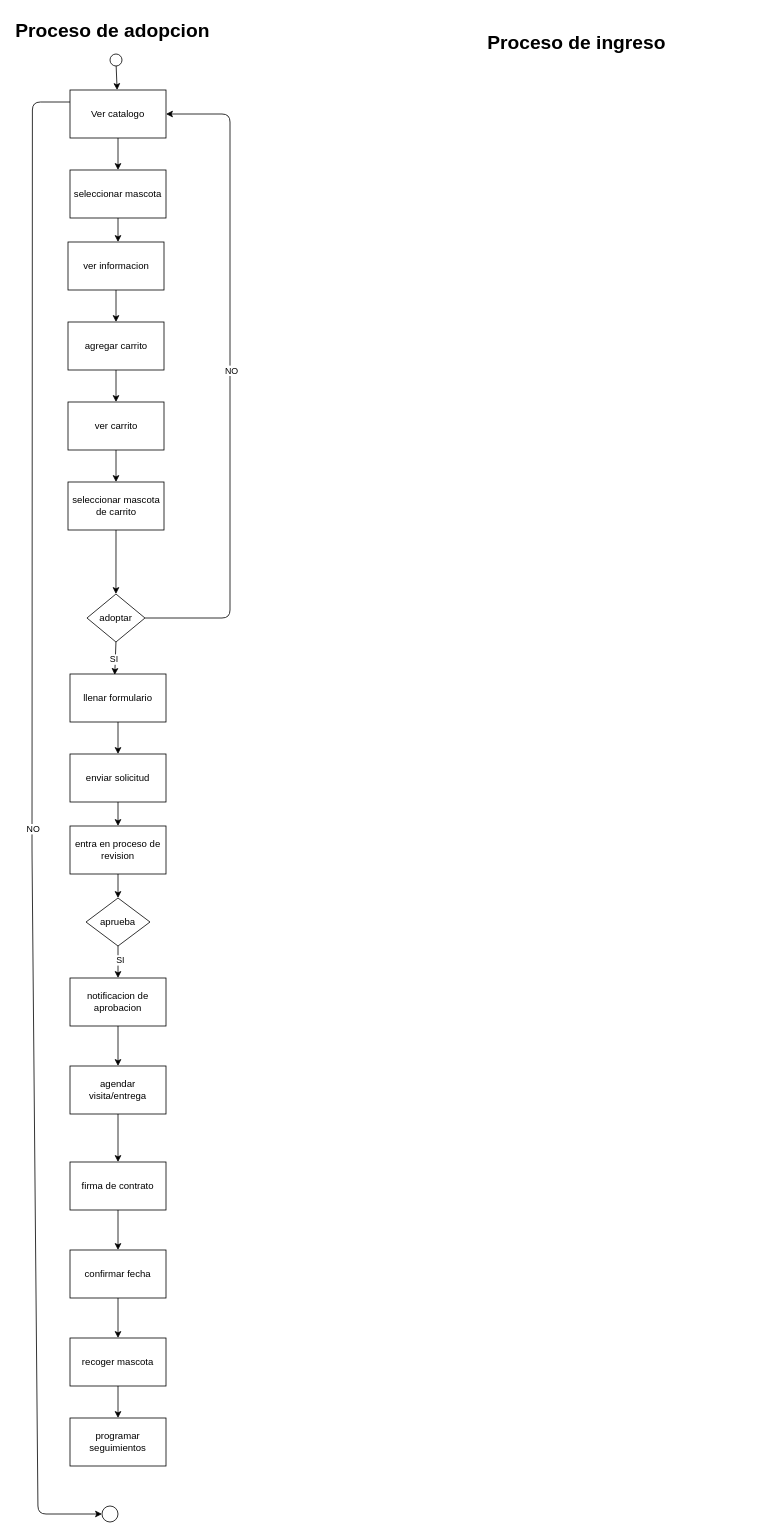
The draw.io diagram refugio-app/src/data/Diagram.drawio in Viktor1712/SegundoProyectoRequerimientosDeSoftware, before the edit. Source tidied: cells renumbered, new cells numbered last; positions are measured from the earlier drawing's top-left corner, leaving out a move shared by most shapes. Both pictures are drawn from the tidied source at 80%, with x=0, y=0 at pixel (14, 14).
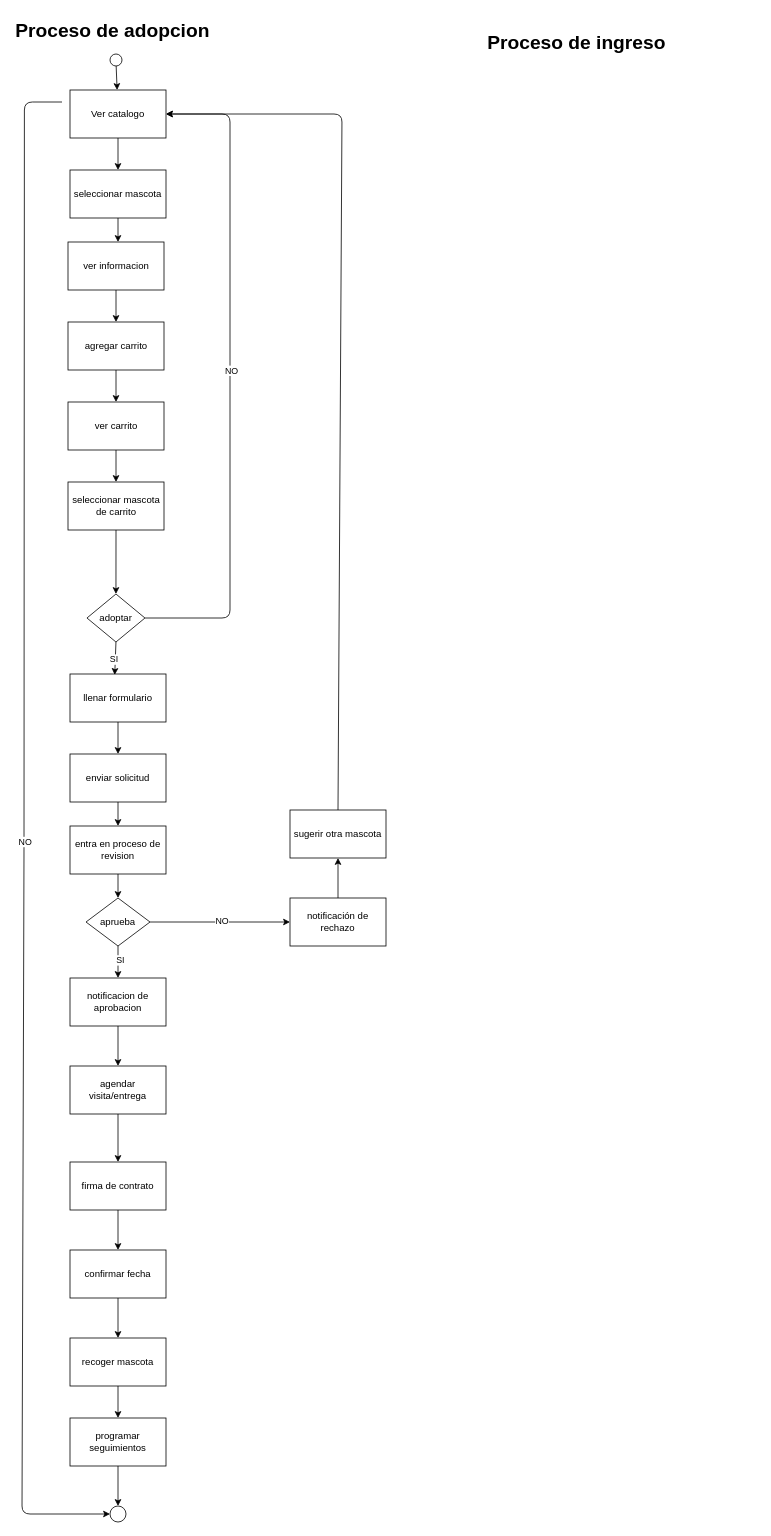
Above is the later version.

Unchanged cells that the change refers to:
```xml
<mxCell id="7" value="Ver catalogo" style="rounded=0;whiteSpace=wrap;html=1;" parent="1" vertex="1">
  <mxGeometry x="70" y="95" width="120" height="60" as="geometry" />
</mxCell>
<mxCell id="25" value="aprueba" style="rhombus;whiteSpace=wrap;html=1;" parent="1" vertex="1">
  <mxGeometry x="90" y="1105" width="80" height="60" as="geometry" />
</mxCell>
<mxCell id="45" value="programar seguimientos" style="rounded=0;whiteSpace=wrap;html=1;" parent="1" vertex="1">
  <mxGeometry x="70" y="1755" width="120" height="60" as="geometry" />
</mxCell>
```

The edit, as a diff of the source:
```diff
@@
-    <mxCell id="23" style="edgeStyle=none;html=1;exitX=0;exitY=0.25;exitDx=0;exitDy=0;entryX=0;entryY=0.5;entryDx=0;entryDy=0;" parent="1" edge="1" source="7" target="30">
+    <mxCell id="23" style="edgeStyle=none;html=1;exitX=0;exitY=0.25;exitDx=0;exitDy=0;entryX=0;entryY=0.5;entryDx=0;entryDy=0;" parent="1" edge="1" target="30">
       <mxGeometry relative="1" as="geometry">
+        <mxPoint x="60" y="110" as="sourcePoint" />
         <Array as="points">
-          <mxPoint x="23" y="110" />
-          <mxPoint x="22.5" y="1045" />
-          <mxPoint x="30" y="1875" />
+          <mxPoint x="13" y="110" />
+          <mxPoint x="12.5" y="1045" />
+          <mxPoint x="10" y="1875" />
         </Array>
       </mxGeometry>
     </mxCell>
@@
+    <mxCell id="46" style="edgeStyle=none;html=1;entryX=0;entryY=0.5;entryDx=0;entryDy=0;" parent="1" edge="1" source="25" target="50">
+      <mxGeometry relative="1" as="geometry" />
+    </mxCell>
+    <mxCell id="47" value="NO" style="edgeLabel;html=1;align=center;verticalAlign=middle;" parent="46" vertex="1">
+      <mxGeometry x="0.02" y="2" relative="1" as="geometry" />
+    </mxCell>
@@
     <mxCell id="30" style="ellipse;whiteSpace=wrap;html=1;" parent="1" vertex="1">
-      <mxGeometry x="110" y="1865" width="20" height="20" as="geometry" />
+      <mxGeometry x="120" y="1865" width="20" height="20" as="geometry" />
     </mxCell>
@@
+    <mxCell id="48" style="edgeStyle=none;html=1;exitX=0.5;exitY=1;exitDx=0;exitDy=0;entryX=0.5;entryY=0;entryDx=0;entryDy=0;" parent="1" edge="1" source="45" target="30">
+      <mxGeometry relative="1" as="geometry" />
+    </mxCell>
@@
+    <mxCell id="49" style="edgeStyle=none;html=1;" parent="1" edge="1" source="50" target="52">
+      <mxGeometry relative="1" as="geometry" />
+    </mxCell>
+    <mxCell id="50" value="notificación de rechazo" style="rounded=0;whiteSpace=wrap;html=1;" parent="1" vertex="1">
+      <mxGeometry x="345" y="1105" width="120" height="60" as="geometry" />
+    </mxCell>
+    <mxCell id="51" style="edgeStyle=none;html=1;exitX=0.5;exitY=0;exitDx=0;exitDy=0;entryX=1;entryY=0.5;entryDx=0;entryDy=0;" parent="1" edge="1" source="52" target="7">
+      <mxGeometry relative="1" as="geometry">
+        <Array as="points">
+          <mxPoint x="410" y="125" />
+        </Array>
+      </mxGeometry>
+    </mxCell>
+    <mxCell id="52" value="sugerir otra mascota" style="rounded=0;whiteSpace=wrap;html=1;" parent="1" vertex="1">
+      <mxGeometry x="345" y="995" width="120" height="60" as="geometry" />
+    </mxCell>
```
